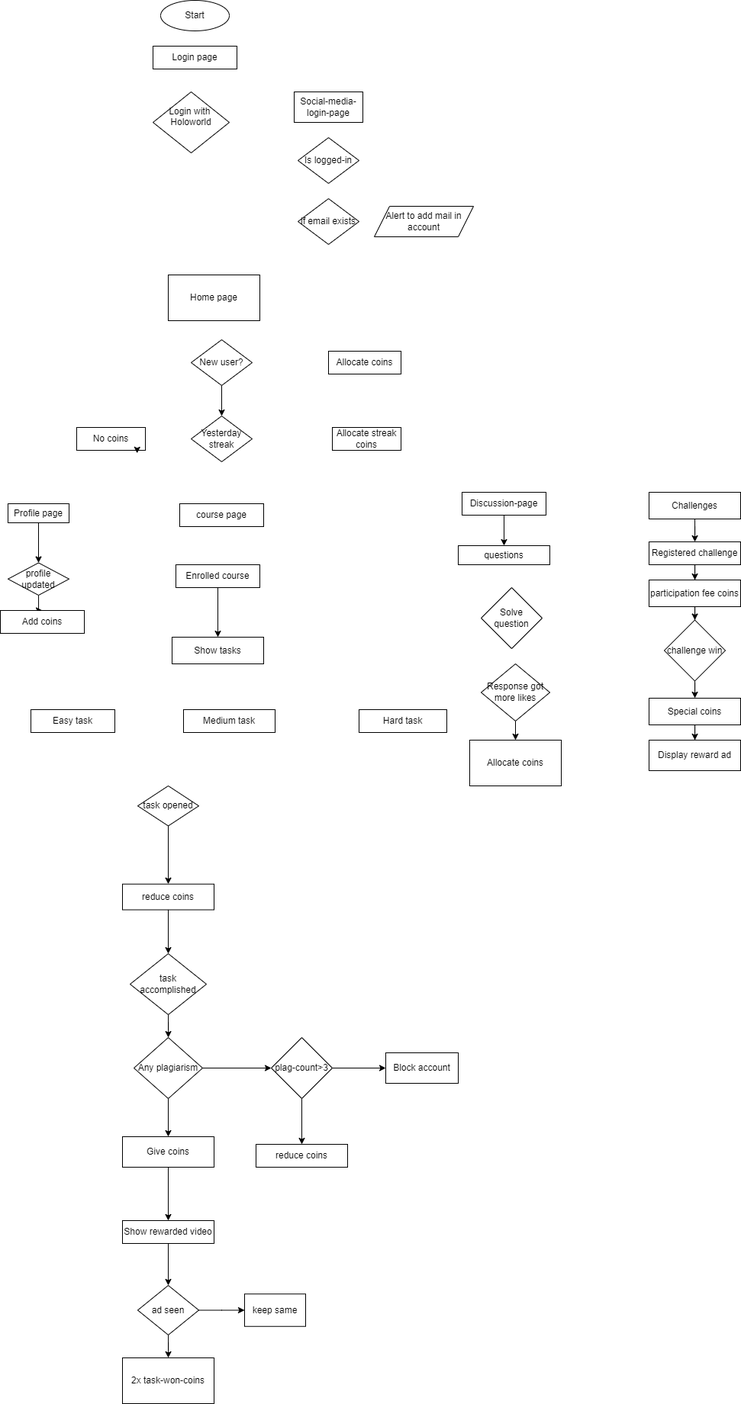
This is public/Coin-flow-chart.drawio.png from karthiksatish159/googleads, a draw.io export, as it was before one commit. Source tidied: cells renumbered, new cells last; positions are measured from the earlier drawing's top-left corner, leaving out a move shared by most shapes.
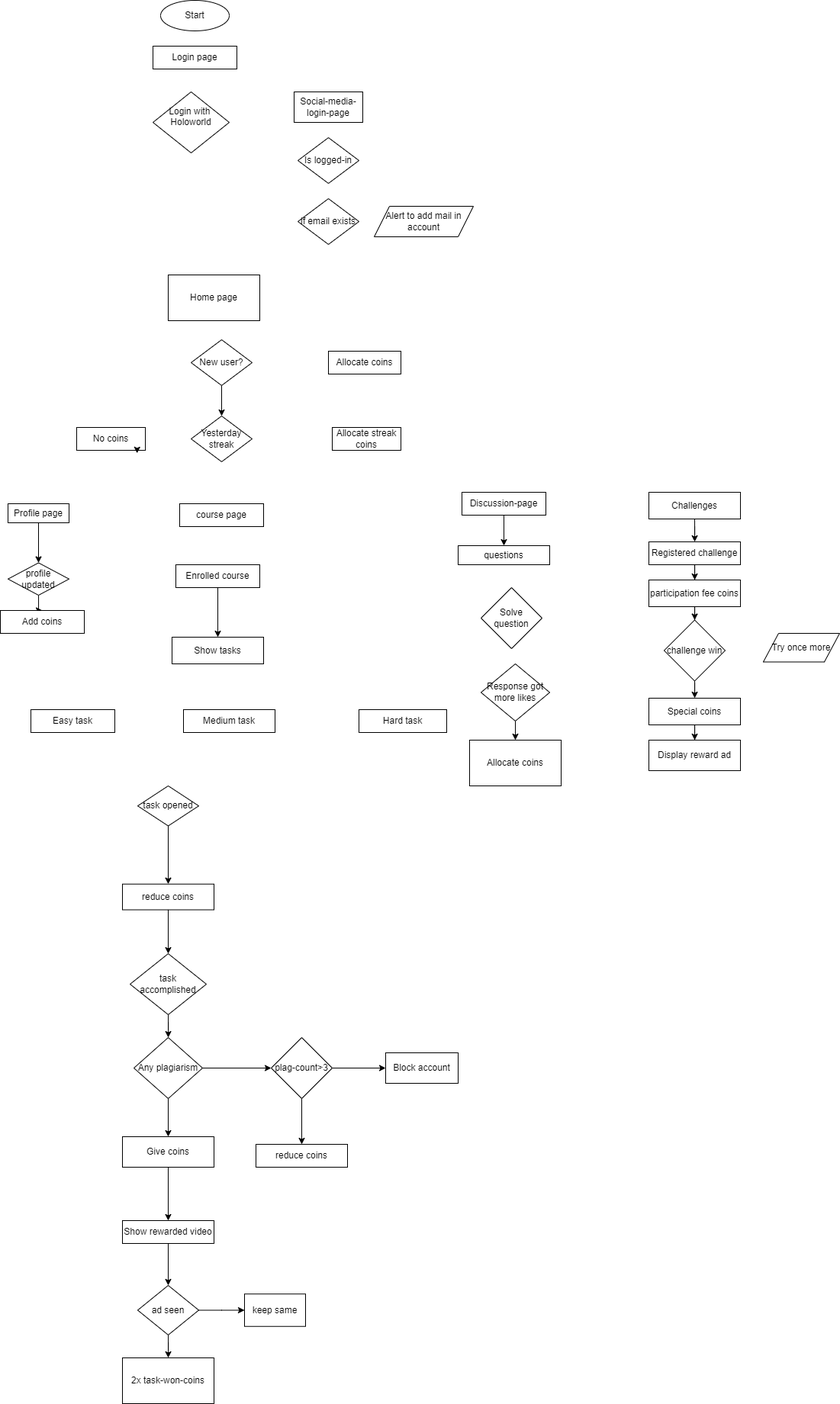
The same diagram one commit later.

Diff of the diagram source:
```diff
@@ -206,5 +206,8 @@
     <mxCell id="69" value="Display reward ad" style="whiteSpace=wrap;html=1;rounded=0;" parent="1" vertex="1">
       <mxGeometry x="850" y="970" width="120" height="40" as="geometry" />
     </mxCell>
+    <mxCell id="70" value="Try once more" style="shape=parallelogram;perimeter=parallelogramPerimeter;whiteSpace=wrap;html=1;fixedSize=1;" parent="1" vertex="1">
+      <mxGeometry x="1000" y="830" width="100" height="37.5" as="geometry" />
+    </mxCell>
   </root>
 </mxGraphModel>
```
